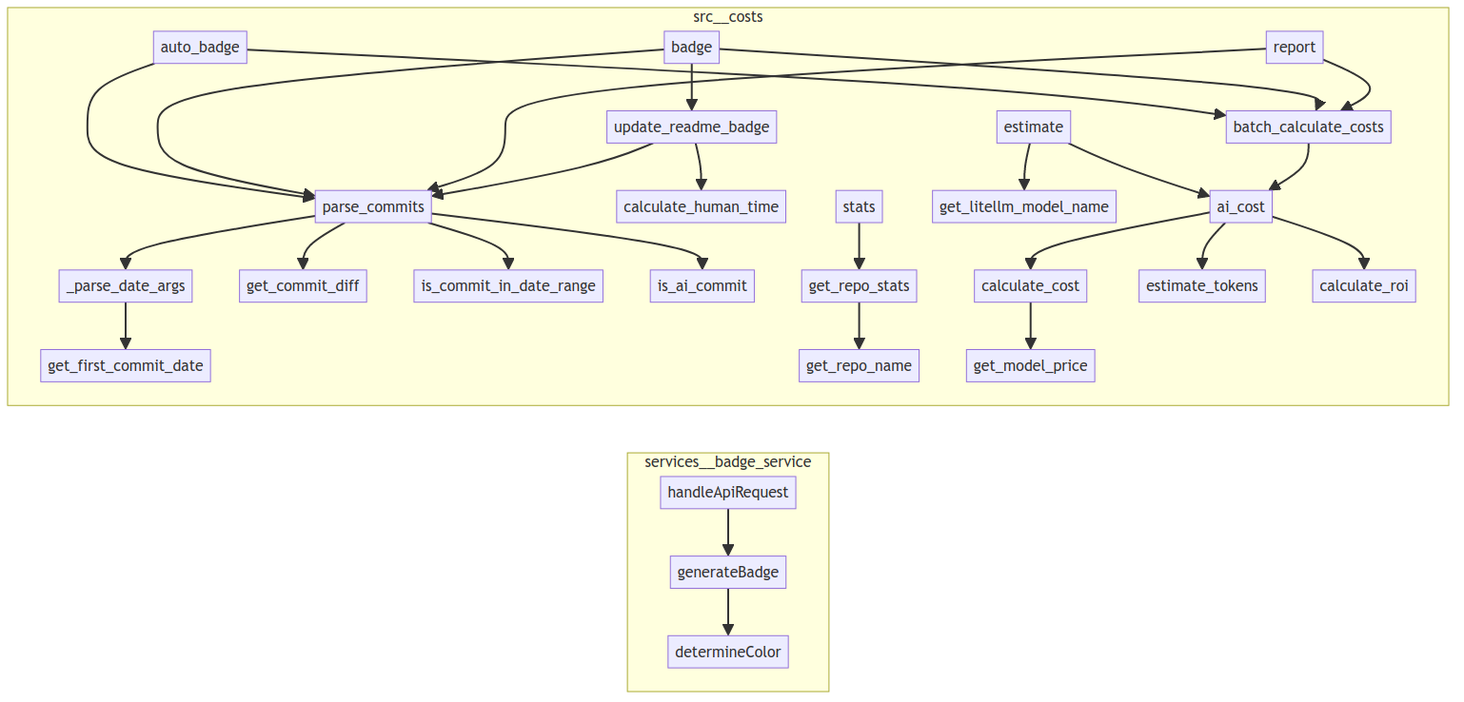
The Mermaid diagram project/calls.png in semcod/cost, before a commit. Its source is kept beside it as project/calls.mmd. Source of this version:
```mermaid
flowchart LR
    subgraph services__badge_service
        services__badge_service__badge__generateBadge["generateBadge"]
        services__badge_service__badge__determineColor["determineColor"]
        services__badge_service__badge__handleApiRequest["handleApiRequest"]
    end
    subgraph src__costs
        src__costs__cli__estimate["estimate"]
        src__costs__calculator__estimate_tokens["estimate_tokens"]
        src__costs__cli__badge["badge"]
        src__costs__git_parser__get_repo_name["get_repo_name"]
        src__costs__calculator__calculate_cost["calculate_cost"]
        src__costs__git_parser__parse_commits["parse_commits"]
        src__costs__calculator__batch_calculate_costs["batch_calculate_costs"]
        src__costs__git_parser__get_commit_diff["get_commit_diff"]
        src__costs__git_parser__get_repo_stats["get_repo_stats"]
        src__costs__reports__update_readme_badge["update_readme_badge"]
        src__costs__cli__auto_badge["auto_badge"]
        src__costs__git_parser__get_first_commit_date["get_first_commit_date"]
        src__costs__cli__stats["stats"]
        src__costs__models__get_model_price["get_model_price"]
        src__costs__reports__calculate_human_time["calculate_human_time"]
        src__costs__git_parser___parse_date_args["_parse_date_args"]
        src__costs__cli__report["report"]
        src__costs__calculator__ai_cost["ai_cost"]
        src__costs__models__get_litellm_model_name["get_litellm_model_name"]
        src__costs__calculator__calculate_roi["calculate_roi"]
        src__costs__git_parser__is_commit_in_date_range["is_commit_in_date_range"]
        src__costs__git_parser__is_ai_commit["is_ai_commit"]
    end
    src__costs__git_parser___parse_date_args --> src__costs__git_parser__get_first_commit_date
    src__costs__git_parser__parse_commits --> src__costs__git_parser___parse_date_args
    src__costs__git_parser__parse_commits --> src__costs__git_parser__get_commit_diff
    src__costs__git_parser__parse_commits --> src__costs__git_parser__is_commit_in_date_range
    src__costs__git_parser__parse_commits --> src__costs__git_parser__is_ai_commit
    src__costs__git_parser__get_repo_stats --> src__costs__git_parser__get_repo_name
    src__costs__reports__update_readme_badge --> src__costs__git_parser__parse_commits
    src__costs__reports__update_readme_badge --> src__costs__reports__calculate_human_time
    services__badge_service__badge__generateBadge --> services__badge_service__badge__determineColor
    services__badge_service__badge__handleApiRequest --> services__badge_service__badge__generateBadge
    src__costs__calculator__calculate_cost --> src__costs__models__get_model_price
    src__costs__calculator__ai_cost --> src__costs__calculator__estimate_tokens
    src__costs__calculator__ai_cost --> src__costs__calculator__calculate_cost
    src__costs__calculator__ai_cost --> src__costs__calculator__calculate_roi
    src__costs__calculator__batch_calculate_costs --> src__costs__calculator__ai_cost
    src__costs__cli__report --> src__costs__git_parser__parse_commits
    src__costs__cli__report --> src__costs__calculator__batch_calculate_costs
    src__costs__cli__badge --> src__costs__git_parser__parse_commits
    src__costs__cli__badge --> src__costs__calculator__batch_calculate_costs
    src__costs__cli__badge --> src__costs__reports__update_readme_badge
    src__costs__cli__auto_badge --> src__costs__git_parser__parse_commits
    src__costs__cli__auto_badge --> src__costs__calculator__batch_calculate_costs
    src__costs__cli__estimate --> src__costs__models__get_litellm_model_name
    src__costs__cli__estimate --> src__costs__calculator__ai_cost
    src__costs__cli__stats --> src__costs__git_parser__get_repo_stats
```
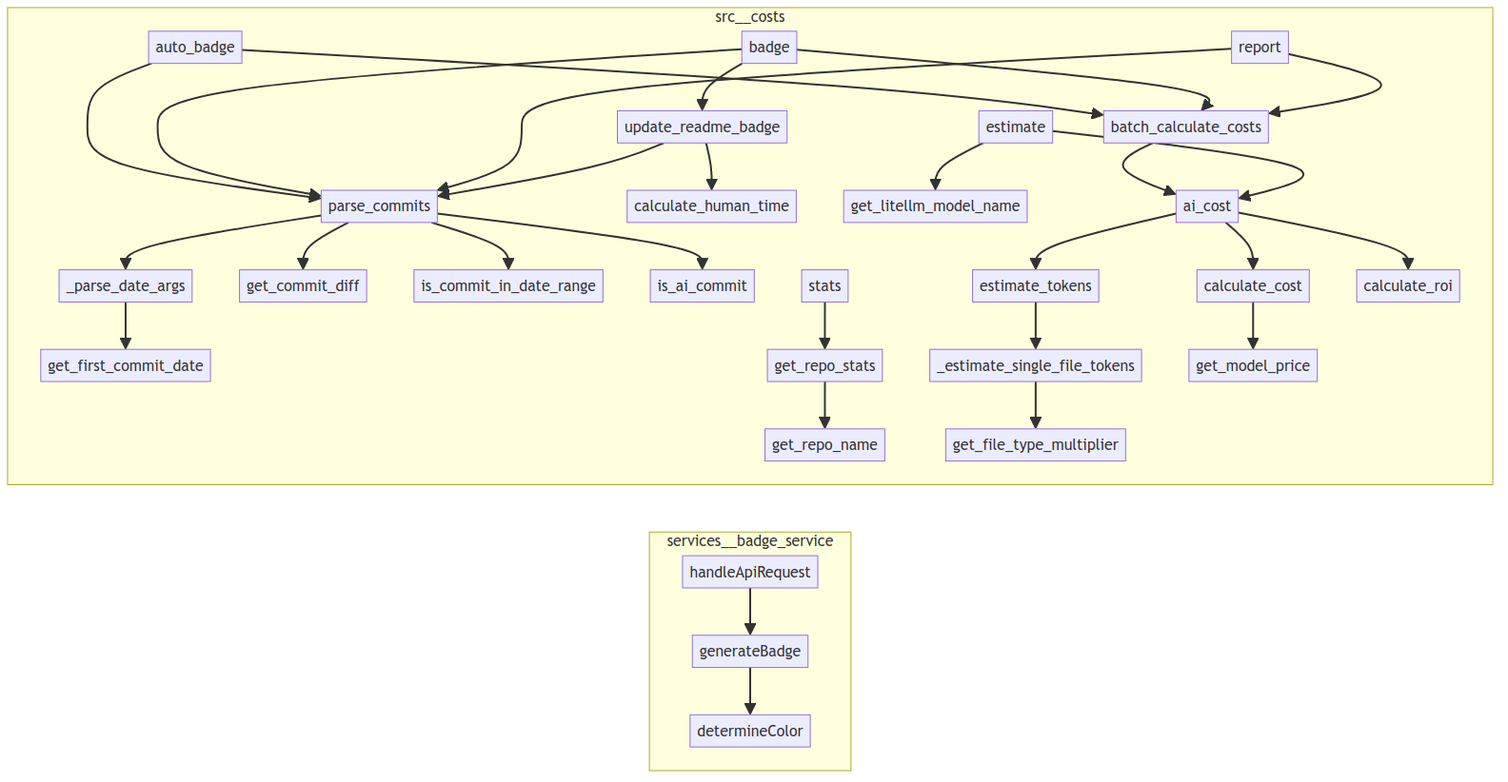
Above is the later version.

Diff of the diagram source:
```diff
@@ -1,48 +1,45 @@
 flowchart LR
     subgraph services__badge_service
+        services__badge_service__badge__handleApiRequest["handleApiRequest"]
         services__badge_service__badge__generateBadge["generateBadge"]
         services__badge_service__badge__determineColor["determineColor"]
-        services__badge_service__badge__handleApiRequest["handleApiRequest"]
     end
     subgraph src__costs
+        src__costs__cli__report["report"]
+        src__costs__models__get_model_price["get_model_price"]
+        src__costs__cli__badge["badge"]
+        src__costs__git_parser__is_commit_in_date_range["is_commit_in_date_range"]
+        src__costs__calculator__batch_calculate_costs["batch_calculate_costs"]
+        src__costs__cli__stats["stats"]
+        src__costs__reports__calculate_human_time["calculate_human_time"]
+        src__costs__git_parser__is_ai_commit["is_ai_commit"]
+        src__costs__calculator__calculate_roi["calculate_roi"]
+        src__costs__calculator__get_file_type_multiplier["get_file_type_multiplier"]
+        src__costs__calculator__calculate_cost["calculate_cost"]
         src__costs__cli__estimate["estimate"]
         src__costs__calculator__estimate_tokens["estimate_tokens"]
-        src__costs__cli__badge["badge"]
         src__costs__git_parser__get_repo_name["get_repo_name"]
-        src__costs__calculator__calculate_cost["calculate_cost"]
-        src__costs__git_parser__parse_commits["parse_commits"]
-        src__costs__calculator__batch_calculate_costs["batch_calculate_costs"]
+        src__costs__git_parser__get_first_commit_date["get_first_commit_date"]
         src__costs__git_parser__get_commit_diff["get_commit_diff"]
-        src__costs__git_parser__get_repo_stats["get_repo_stats"]
         src__costs__reports__update_readme_badge["update_readme_badge"]
-        src__costs__cli__auto_badge["auto_badge"]
-        src__costs__git_parser__get_first_commit_date["get_first_commit_date"]
-        src__costs__cli__stats["stats"]
-        src__costs__models__get_model_price["get_model_price"]
-        src__costs__reports__calculate_human_time["calculate_human_time"]
-        src__costs__git_parser___parse_date_args["_parse_date_args"]
-        src__costs__cli__report["report"]
         src__costs__calculator__ai_cost["ai_cost"]
         src__costs__models__get_litellm_model_name["get_litellm_model_name"]
-        src__costs__calculator__calculate_roi["calculate_roi"]
-        src__costs__git_parser__is_commit_in_date_range["is_commit_in_date_range"]
-        src__costs__git_parser__is_ai_commit["is_ai_commit"]
+        src__costs__git_parser___parse_date_args["_parse_date_args"]
+        src__costs__calculator___estimate_single_file_tokens["_estimate_single_file_tokens"]
+        src__costs__git_parser__get_repo_stats["get_repo_stats"]
+        src__costs__cli__auto_badge["auto_badge"]
+        src__costs__git_parser__parse_commits["parse_commits"]
     end
+    src__costs__reports__update_readme_badge --> src__costs__git_parser__parse_commits
+    src__costs__reports__update_readme_badge --> src__costs__reports__calculate_human_time
     src__costs__git_parser___parse_date_args --> src__costs__git_parser__get_first_commit_date
     src__costs__git_parser__parse_commits --> src__costs__git_parser___parse_date_args
     src__costs__git_parser__parse_commits --> src__costs__git_parser__get_commit_diff
     src__costs__git_parser__parse_commits --> src__costs__git_parser__is_commit_in_date_range
     src__costs__git_parser__parse_commits --> src__costs__git_parser__is_ai_commit
     src__costs__git_parser__get_repo_stats --> src__costs__git_parser__get_repo_name
-    src__costs__reports__update_readme_badge --> src__costs__git_parser__parse_commits
-    src__costs__reports__update_readme_badge --> src__costs__reports__calculate_human_time
     services__badge_service__badge__generateBadge --> services__badge_service__badge__determineColor
     services__badge_service__badge__handleApiRequest --> services__badge_service__badge__generateBadge
-    src__costs__calculator__calculate_cost --> src__costs__models__get_model_price
-    src__costs__calculator__ai_cost --> src__costs__calculator__estimate_tokens
-    src__costs__calculator__ai_cost --> src__costs__calculator__calculate_cost
-    src__costs__calculator__ai_cost --> src__costs__calculator__calculate_roi
-    src__costs__calculator__batch_calculate_costs --> src__costs__calculator__ai_cost
     src__costs__cli__report --> src__costs__git_parser__parse_commits
     src__costs__cli__report --> src__costs__calculator__batch_calculate_costs
     src__costs__cli__badge --> src__costs__git_parser__parse_commits
@@ -53,3 +50,10 @@
     src__costs__cli__estimate --> src__costs__models__get_litellm_model_name
     src__costs__cli__estimate --> src__costs__calculator__ai_cost
     src__costs__cli__stats --> src__costs__git_parser__get_repo_stats
+    src__costs__calculator___estimate_single_file_tokens --> src__costs__calculator__get_file_type_multiplier
+    src__costs__calculator__estimate_tokens --> src__costs__calculator___estimate_single_file_tokens
+    src__costs__calculator__calculate_cost --> src__costs__models__get_model_price
+    src__costs__calculator__ai_cost --> src__costs__calculator__estimate_tokens
+    src__costs__calculator__ai_cost --> src__costs__calculator__calculate_cost
+    src__costs__calculator__ai_cost --> src__costs__calculator__calculate_roi
+    src__costs__calculator__batch_calculate_costs --> src__costs__calculator__ai_cost
```
